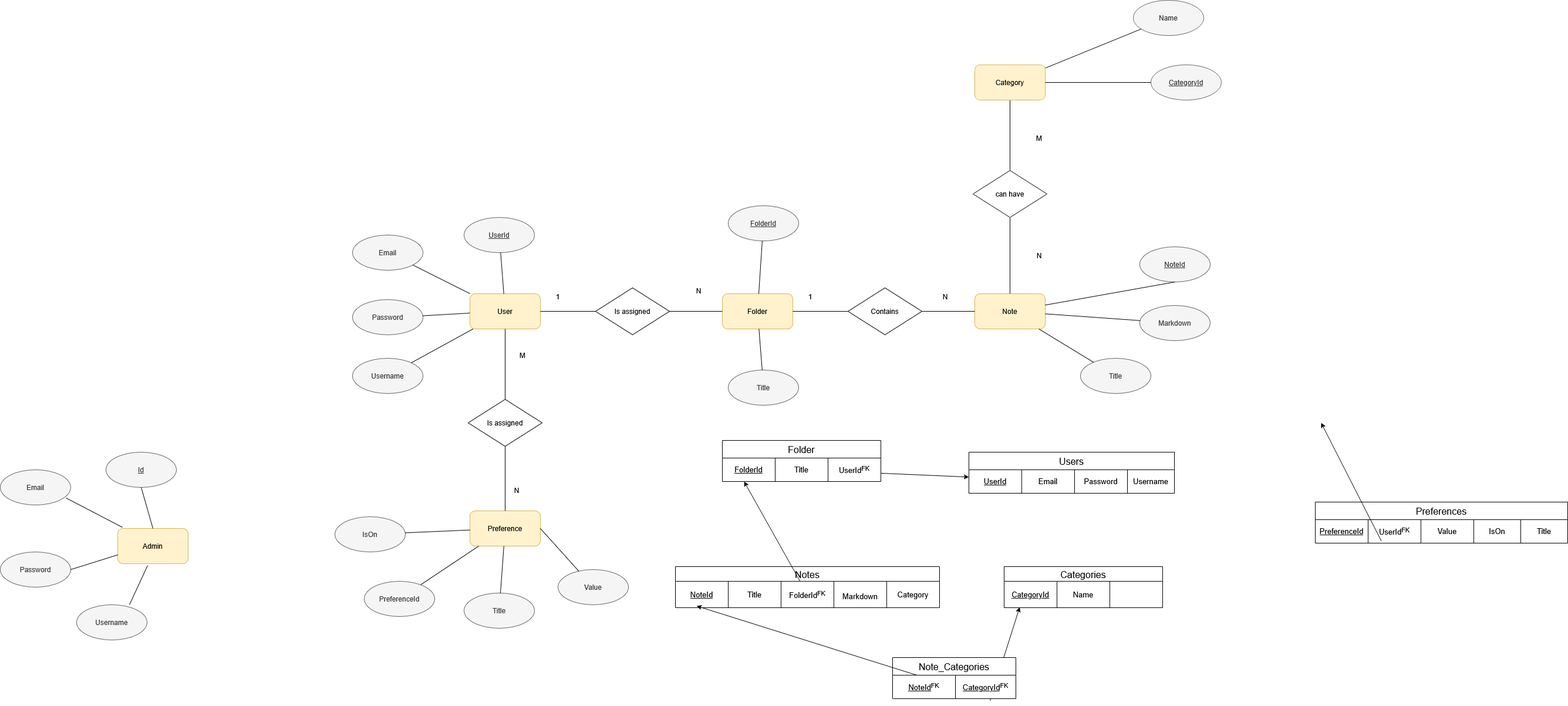
The draw.io diagram ER Progetto fine anno.drawio.png in Orcinus3/informatica_2025-2026, before a commit. Source tidied: cells renumbered, new cells last; positions are measured from the earlier drawing's top-left corner, leaving out a move shared by most shapes.
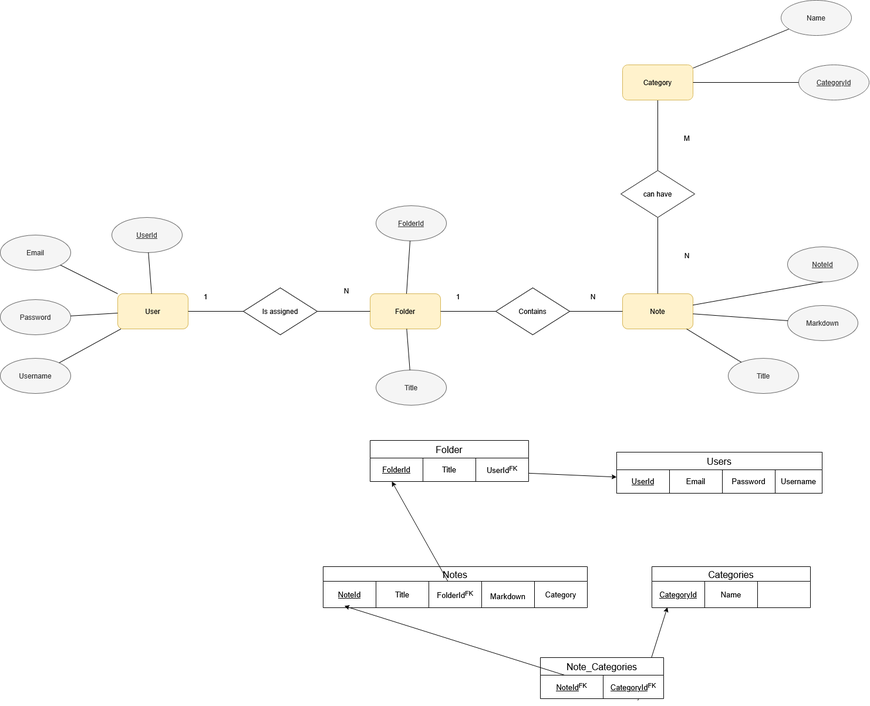
After the change.

Commit message:
fix: fix an error with categories and deletion in NotesPage and replace old ER diagram with a new one

Change to the diagram source:
```diff
@@ -59,33 +59,6 @@
     <mxCell id="20" style="endArrow=none;html=1;rounded=0;" parent="1" edge="1" source="15" target="4">
       <mxGeometry relative="1" as="geometry" />
     </mxCell>
-    <mxCell id="21" value="Admin" style="rounded=1;whiteSpace=wrap;html=1;fillColor=#fff2cc;strokeColor=#d6b656;" parent="1" vertex="1">
-      <mxGeometry x="200" y="900" width="120" height="60" as="geometry" />
-    </mxCell>
-    <mxCell id="22" value="&lt;u&gt;Id&lt;/u&gt;" style="ellipse;whiteSpace=wrap;html=1;fillColor=#f5f5f5;strokeColor=#666666;fontColor=#333333;" parent="1" vertex="1">
-      <mxGeometry x="180" y="770" width="120" height="60" as="geometry" />
-    </mxCell>
-    <mxCell id="23" style="endArrow=none;html=1;rounded=0;exitX=0.5;exitY=0;exitDx=0;exitDy=0;entryX=0.5;entryY=1;entryDx=0;entryDy=0;" parent="1" edge="1" source="21" target="22">
-      <mxGeometry relative="1" as="geometry" />
-    </mxCell>
-    <mxCell id="24" value="Email" style="ellipse;whiteSpace=wrap;html=1;fillColor=#f5f5f5;strokeColor=#666666;fontColor=#333333;" parent="1" vertex="1">
-      <mxGeometry y="800" width="120" height="60" as="geometry" />
-    </mxCell>
-    <mxCell id="25" value="Password" style="ellipse;whiteSpace=wrap;html=1;fillColor=#f5f5f5;strokeColor=#666666;fontColor=#333333;" parent="1" vertex="1">
-      <mxGeometry y="940" width="120" height="60" as="geometry" />
-    </mxCell>
-    <mxCell id="26" value="Username" style="ellipse;whiteSpace=wrap;html=1;fillColor=#f5f5f5;strokeColor=#666666;fontColor=#333333;" parent="1" vertex="1">
-      <mxGeometry x="130" y="1030" width="120" height="60" as="geometry" />
-    </mxCell>
-    <mxCell id="27" style="endArrow=none;html=1;rounded=0;entryX=0.933;entryY=0.8;entryDx=0;entryDy=0;entryPerimeter=0;exitX=0.067;exitY=-0.033;exitDx=0;exitDy=0;exitPerimeter=0;" parent="1" edge="1" source="21" target="24">
-      <mxGeometry relative="1" as="geometry" />
-    </mxCell>
-    <mxCell id="28" style="endArrow=none;html=1;rounded=0;exitX=1;exitY=0.5;exitDx=0;exitDy=0;entryX=0;entryY=0.75;entryDx=0;entryDy=0;" parent="1" edge="1" source="25" target="21">
-      <mxGeometry relative="1" as="geometry" />
-    </mxCell>
-    <mxCell id="29" style="endArrow=none;html=1;rounded=0;exitX=0.75;exitY=0;exitDx=0;exitDy=0;entryX=0.425;entryY=1.05;entryDx=0;entryDy=0;entryPerimeter=0;exitPerimeter=0;" parent="1" edge="1" source="26" target="21">
-      <mxGeometry relative="1" as="geometry" />
-    </mxCell>
     <mxCell id="30" value="Note" style="rounded=1;whiteSpace=wrap;html=1;fillColor=#fff2cc;strokeColor=#d6b656;" parent="1" vertex="1">
       <mxGeometry x="1660" y="500" width="120" height="60" as="geometry" />
     </mxCell>
@@ -119,48 +92,6 @@
     <mxCell id="40" value="N" style="text;html=1;whiteSpace=wrap;strokeColor=none;fillColor=none;align=center;verticalAlign=middle;rounded=0;" parent="1" vertex="1">
       <mxGeometry x="1580" y="490" width="60" height="30" as="geometry" />
     </mxCell>
-    <mxCell id="41" value="Is assigned" style="rhombus;whiteSpace=wrap;html=1;" parent="1" vertex="1">
-      <mxGeometry x="797" y="680" width="126" height="80" as="geometry" />
-    </mxCell>
-    <mxCell id="42" style="endArrow=none;html=1;rounded=0;" parent="1" edge="1" source="2" target="41">
-      <mxGeometry relative="1" as="geometry" />
-    </mxCell>
-    <mxCell id="43" value="Preference" style="rounded=1;whiteSpace=wrap;html=1;fillColor=#fff2cc;strokeColor=#d6b656;" parent="1" vertex="1">
-      <mxGeometry x="800" y="870" width="120" height="60" as="geometry" />
-    </mxCell>
-    <mxCell id="44" value="PreferenceId" style="ellipse;whiteSpace=wrap;html=1;fillColor=#f5f5f5;strokeColor=#666666;fontColor=#333333;" parent="1" vertex="1">
-      <mxGeometry x="620" y="990" width="120" height="60" as="geometry" />
-    </mxCell>
-    <mxCell id="45" value="Title" style="ellipse;whiteSpace=wrap;html=1;fillColor=#f5f5f5;strokeColor=#666666;fontColor=#333333;" parent="1" vertex="1">
-      <mxGeometry x="790" y="1010" width="120" height="60" as="geometry" />
-    </mxCell>
-    <mxCell id="46" value="Value" style="ellipse;whiteSpace=wrap;html=1;fillColor=#f5f5f5;strokeColor=#666666;fontColor=#333333;" parent="1" vertex="1">
-      <mxGeometry x="950" y="970" width="120" height="60" as="geometry" />
-    </mxCell>
-    <mxCell id="47" style="endArrow=none;html=1;rounded=0;" parent="1" edge="1" source="43" target="44">
-      <mxGeometry relative="1" as="geometry" />
-    </mxCell>
-    <mxCell id="48" style="endArrow=none;html=1;rounded=0;exitX=1;exitY=0.5;exitDx=0;exitDy=0;" parent="1" edge="1" source="43" target="46">
-      <mxGeometry relative="1" as="geometry" />
-    </mxCell>
-    <mxCell id="49" style="endArrow=none;html=1;rounded=0;" parent="1" edge="1" source="45" target="43">
-      <mxGeometry relative="1" as="geometry" />
-    </mxCell>
-    <mxCell id="50" style="endArrow=none;html=1;rounded=0;exitX=0.5;exitY=1;exitDx=0;exitDy=0;" parent="1" edge="1" source="41" target="43">
-      <mxGeometry relative="1" as="geometry" />
-    </mxCell>
-    <mxCell id="51" value="M" style="text;html=1;whiteSpace=wrap;strokeColor=none;fillColor=none;align=center;verticalAlign=middle;rounded=0;" parent="1" vertex="1">
-      <mxGeometry x="860" y="590" width="60" height="30" as="geometry" />
-    </mxCell>
-    <mxCell id="52" value="N" style="text;html=1;whiteSpace=wrap;strokeColor=none;fillColor=none;align=center;verticalAlign=middle;rounded=0;" parent="1" vertex="1">
-      <mxGeometry x="850" y="820" width="60" height="30" as="geometry" />
-    </mxCell>
-    <mxCell id="53" value="IsOn" style="ellipse;whiteSpace=wrap;html=1;fillColor=#f5f5f5;strokeColor=#666666;fontColor=#333333;" parent="1" vertex="1">
-      <mxGeometry x="570" y="880" width="120" height="60" as="geometry" />
-    </mxCell>
-    <mxCell id="54" style="endArrow=none;html=1;rounded=0;" parent="1" edge="1" source="43" target="53">
-      <mxGeometry relative="1" as="geometry" />
-    </mxCell>
     <mxCell id="55" style="endArrow=none;html=1;rounded=0;" parent="1" edge="1" source="33" target="30">
       <mxGeometry relative="1" as="geometry" />
     </mxCell>
@@ -182,27 +113,6 @@
     <mxCell id="61" value="Username" style="shape=partialRectangle;html=1;whiteSpace=wrap;strokeColor=inherit;overflow=hidden;fillColor=none;top=0;left=0;bottom=0;right=0;fontSize=13;" parent="57" vertex="1">
       <mxGeometry x="270" width="80" height="40" as="geometry" />
     </mxCell>
-    <mxCell id="62" value="Preferences" style="shape=table;startSize=30;strokeColor=default;fontSize=16;align=center;shadow=0;swimlaneFillColor=default;" parent="1" vertex="1">
-      <mxGeometry x="2240" y="855" width="430" height="70" as="geometry" />
-    </mxCell>
-    <mxCell id="63" style="shape=tableRow;horizontal=0;startSize=0;swimlaneHead=0;swimlaneBody=0;strokeColor=inherit;top=0;left=0;bottom=0;right=0;fillColor=none;points=[[0,0.5],[1,0.5]];portConstraint=eastwest;fontSize=13;swimlaneFillColor=default;" parent="62" vertex="1">
-      <mxGeometry y="30" width="430" height="40" as="geometry" />
-    </mxCell>
-    <mxCell id="64" value="&lt;u&gt;PreferenceId&lt;/u&gt;" style="shape=partialRectangle;html=1;whiteSpace=wrap;strokeColor=inherit;overflow=hidden;fillColor=none;top=0;left=0;bottom=0;right=0;fontSize=13;swimlaneFillColor=default;" parent="63" vertex="1">
-      <mxGeometry width="90" height="40" as="geometry" />
-    </mxCell>
-    <mxCell id="65" value="UserId&lt;sup&gt;FK&lt;/sup&gt;" style="shape=partialRectangle;html=1;whiteSpace=wrap;strokeColor=inherit;overflow=hidden;fillColor=none;top=0;left=0;bottom=0;right=0;fontSize=13;swimlaneFillColor=default;" parent="63" vertex="1">
-      <mxGeometry x="90" width="90" height="40" as="geometry" />
-    </mxCell>
-    <mxCell id="66" value="Value" style="shape=partialRectangle;html=1;whiteSpace=wrap;strokeColor=inherit;overflow=hidden;fillColor=none;top=0;left=0;bottom=0;right=0;fontSize=13;swimlaneFillColor=default;" parent="63" vertex="1">
-      <mxGeometry x="180" width="90" height="40" as="geometry" />
-    </mxCell>
-    <mxCell id="67" value="IsOn" style="shape=partialRectangle;html=1;whiteSpace=wrap;strokeColor=inherit;overflow=hidden;fillColor=none;top=0;left=0;bottom=0;right=0;fontSize=13;swimlaneFillColor=default;" parent="63" vertex="1">
-      <mxGeometry x="270" width="80" height="40" as="geometry" />
-    </mxCell>
-    <mxCell id="68" value="Title" style="shape=partialRectangle;html=1;whiteSpace=wrap;strokeColor=inherit;overflow=hidden;fillColor=none;top=0;left=0;bottom=0;right=0;fontSize=13;swimlaneFillColor=default;" parent="63" vertex="1">
-      <mxGeometry x="350" width="80" height="40" as="geometry" />
-    </mxCell>
     <mxCell id="69" value="Folder" style="shape=table;startSize=30;strokeColor=default;fontSize=16;align=center;shadow=0;swimlaneFillColor=default;" parent="1" vertex="1">
       <mxGeometry x="1230" y="750" width="270" height="70" as="geometry" />
     </mxCell>
@@ -221,11 +131,6 @@
     <mxCell id="74" style="edgeStyle=none;jettySize=auto;html=1;rounded=0;" parent="1" edge="1" source="70" target="57">
       <mxGeometry relative="1" as="geometry" />
     </mxCell>
-    <mxCell id="75" style="edgeStyle=none;jettySize=auto;html=1;rounded=0;exitX=0.262;exitY=0.914;exitDx=0;exitDy=0;exitPerimeter=0;" parent="1" edge="1" source="63">
-      <mxGeometry relative="1" as="geometry">
-        <mxPoint x="2250" y="720" as="targetPoint" />
-      </mxGeometry>
-    </mxCell>
     <mxCell id="76" value="Notes" style="shape=table;startSize=25;strokeColor=default;fontSize=16;align=center;shadow=0;swimlaneFillColor=default;" parent="1" vertex="1">
       <mxGeometry x="1150" y="965" width="450" height="70" as="geometry" />
     </mxCell>
```
